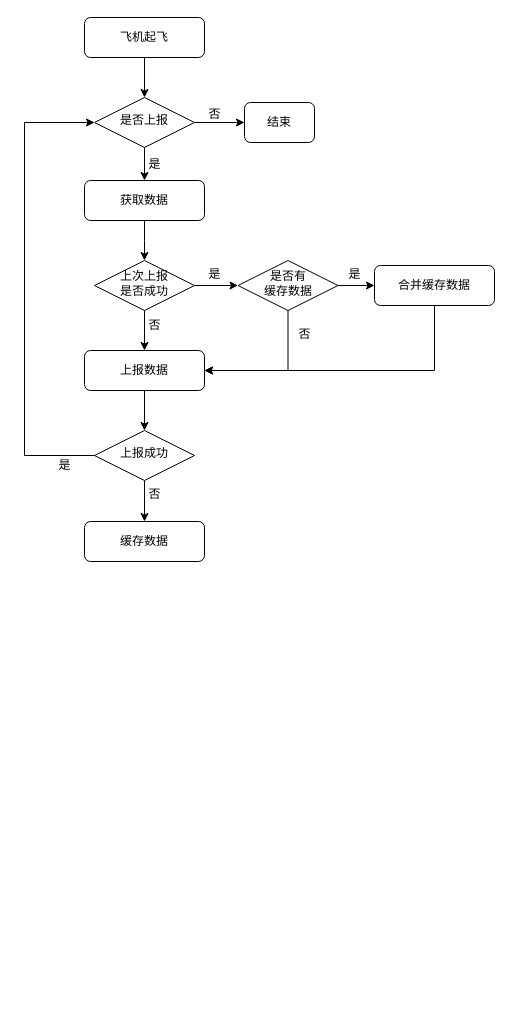
xubinlu/AndroidNDK keeps this draw.io diagram as 动态数据报送.drawio. Above is the earlier version. Source tidied: cells renumbered, new cells numbered last; positions are measured from the earlier drawing's top-left corner, leaving out a move shared by most shapes. Both pictures are drawn from the tidied source at 100%, with x=0, y=0 at pixel (24, 17).
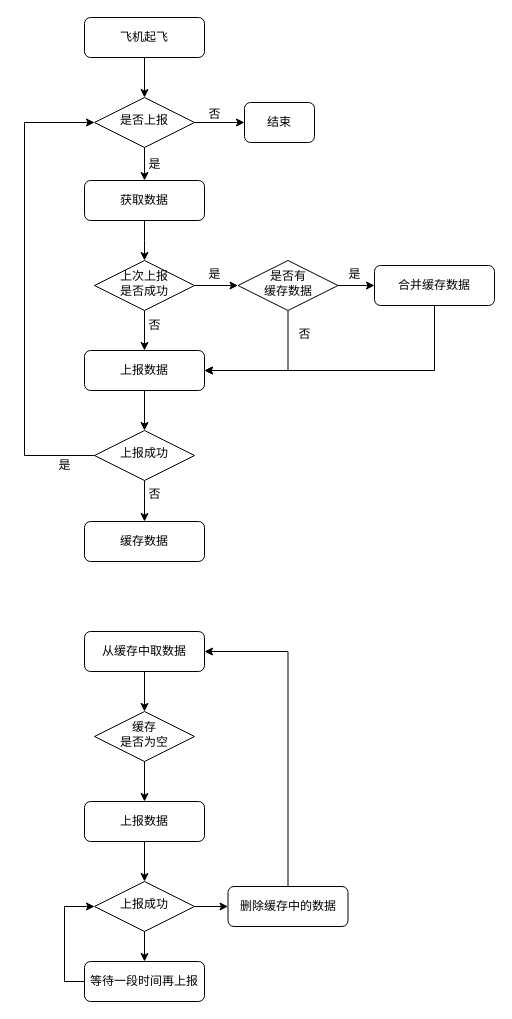
The same page after the edit.

Commit message (it also covers changes not shown here):
更新动态数据报送.drawio

Change to the diagram source:
```diff
@@
+    <mxCell id="32" style="edgeStyle=orthogonalEdgeStyle;rounded=0;jettySize=auto;html=1;exitX=0.5;exitY=1;exitDx=0;exitDy=0;entryX=0.5;entryY=0;entryDx=0;entryDy=0;" parent="1" edge="1" source="33" target="44">
+      <mxGeometry relative="1" as="geometry" />
+    </mxCell>
+    <mxCell id="33" value="从缓存中取数据" style="whiteSpace=wrap;html=1;rounded=1;glass=0;strokeWidth=1;shadow=0;" parent="1" vertex="1">
+      <mxGeometry x="60" y="614" width="120" height="40" as="geometry" />
+    </mxCell>
+    <mxCell id="34" style="edgeStyle=orthogonalEdgeStyle;rounded=0;jettySize=auto;html=1;exitX=0.5;exitY=1;exitDx=0;exitDy=0;entryX=0.5;entryY=0;entryDx=0;entryDy=0;" parent="1" edge="1" source="35" target="38">
+      <mxGeometry relative="1" as="geometry" />
+    </mxCell>
+    <mxCell id="35" value="上报数据" style="whiteSpace=wrap;html=1;rounded=1;glass=0;strokeWidth=1;shadow=0;" parent="1" vertex="1">
+      <mxGeometry x="60" y="784" width="120" height="40" as="geometry" />
+    </mxCell>
+    <mxCell id="36" style="edgeStyle=orthogonalEdgeStyle;rounded=0;jettySize=auto;html=1;exitX=0.5;exitY=1;exitDx=0;exitDy=0;entryX=0.5;entryY=0;entryDx=0;entryDy=0;" parent="1" edge="1" source="38" target="40">
+      <mxGeometry relative="1" as="geometry" />
+    </mxCell>
+    <mxCell id="37" style="edgeStyle=orthogonalEdgeStyle;rounded=0;jettySize=auto;html=1;exitX=1;exitY=0.5;exitDx=0;exitDy=0;entryX=0;entryY=0.5;entryDx=0;entryDy=0;" parent="1" edge="1" source="38" target="42">
+      <mxGeometry relative="1" as="geometry" />
+    </mxCell>
+    <mxCell id="38" value="上报成功" style="rhombus;whiteSpace=wrap;html=1;shadow=0;fontFamily=Helvetica;fontSize=12;align=center;strokeWidth=1;spacing=6;spacingTop=-4;" parent="1" vertex="1">
+      <mxGeometry x="70" y="864" width="100" height="50" as="geometry" />
+    </mxCell>
+    <mxCell id="39" style="edgeStyle=orthogonalEdgeStyle;rounded=0;jettySize=auto;html=1;exitX=0;exitY=0.5;exitDx=0;exitDy=0;entryX=0;entryY=0.5;entryDx=0;entryDy=0;" parent="1" edge="1" source="40" target="38">
+      <mxGeometry relative="1" as="geometry" />
+    </mxCell>
+    <mxCell id="40" value="等待一段时间再上报" style="whiteSpace=wrap;html=1;rounded=1;glass=0;strokeWidth=1;shadow=0;" parent="1" vertex="1">
+      <mxGeometry x="60" y="944" width="120" height="40" as="geometry" />
+    </mxCell>
+    <mxCell id="41" style="edgeStyle=orthogonalEdgeStyle;rounded=0;jettySize=auto;html=1;exitX=0.5;exitY=0;exitDx=0;exitDy=0;entryX=1;entryY=0.5;entryDx=0;entryDy=0;" parent="1" edge="1" source="42" target="33">
+      <mxGeometry relative="1" as="geometry" />
+    </mxCell>
+    <mxCell id="42" value="删除缓存中的数据" style="whiteSpace=wrap;html=1;rounded=1;glass=0;strokeWidth=1;shadow=0;" parent="1" vertex="1">
+      <mxGeometry x="203.5" y="869" width="120" height="40" as="geometry" />
+    </mxCell>
+    <mxCell id="43" style="edgeStyle=orthogonalEdgeStyle;rounded=0;jettySize=auto;html=1;exitX=0.5;exitY=1;exitDx=0;exitDy=0;entryX=0.5;entryY=0;entryDx=0;entryDy=0;" parent="1" edge="1" source="44" target="35">
+      <mxGeometry relative="1" as="geometry" />
+    </mxCell>
+    <mxCell id="44" value="缓存&lt;br&gt;是否为空" style="rhombus;whiteSpace=wrap;html=1;shadow=0;fontFamily=Helvetica;fontSize=12;align=center;strokeWidth=1;spacing=6;spacingTop=-4;" parent="1" vertex="1">
+      <mxGeometry x="70" y="694" width="100" height="50" as="geometry" />
+    </mxCell>
```
